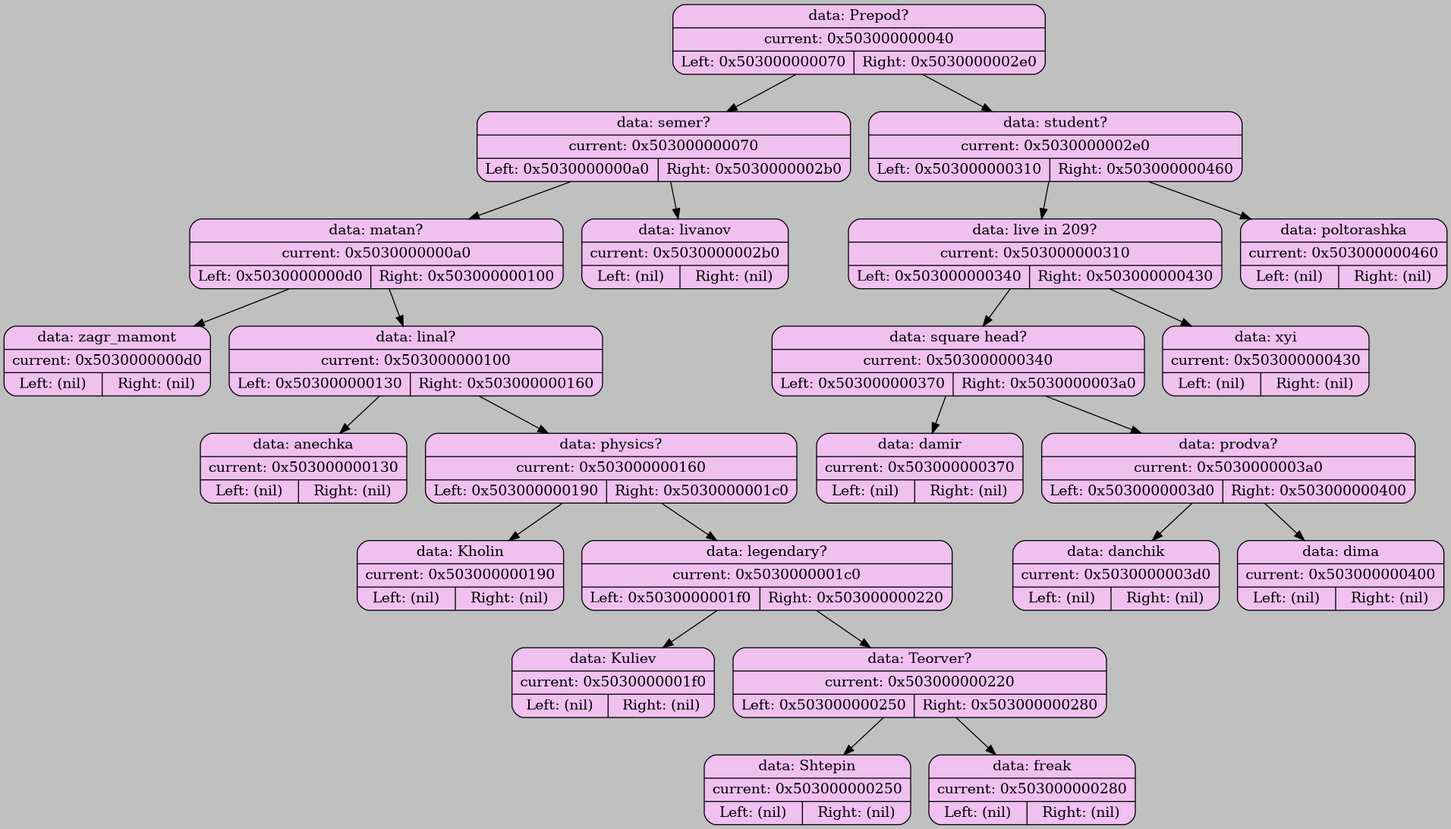
The Graphviz diagram graph_dump/graph_0.png in Atlaxsyys/akinator, before a commit. Its source is kept beside it as graph_dump/graph_0.dot.
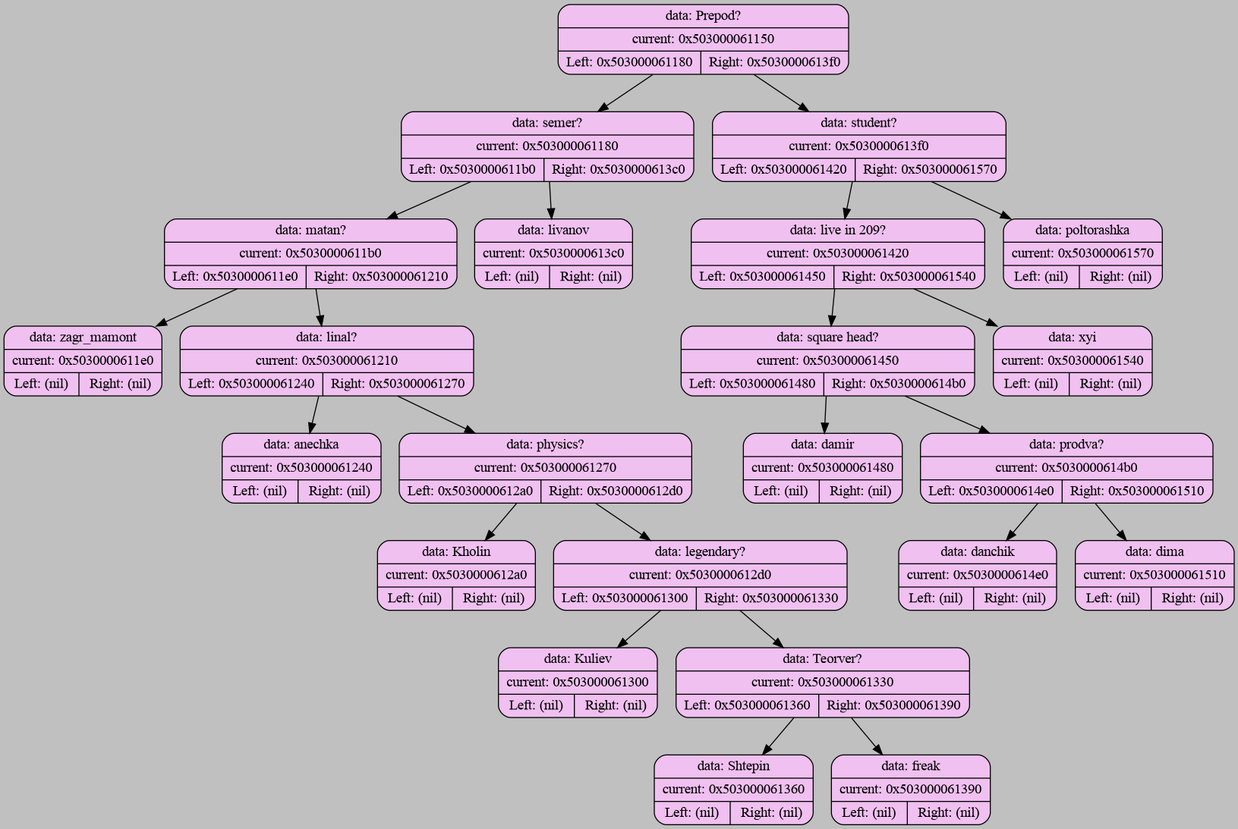
Above is the later version.

Diff of the diagram source:
```diff
@@ -2,49 +2,49 @@
     bgcolor="#C0C0C0";
 
     node [shape=record];
-    "0x503000000040" [shape=Mrecord, style=filled; fillcolor="#F0C0F0"; label="{data: Prepod? | current: 0x503000000040 | { Left: 0x503000000070 | Right: 0x5030000002e0 } }"];
-    "0x503000000040" -> "0x503000000070";
-    "0x503000000070" [shape=Mrecord, style=filled; fillcolor="#F0C0F0"; label="{data: semer? | current: 0x503000000070 | { Left: 0x5030000000a0 | Right: 0x5030000002b0 } }"];
-    "0x503000000070" -> "0x5030000000a0";
-    "0x5030000000a0" [shape=Mrecord, style=filled; fillcolor="#F0C0F0"; label="{data: matan? | current: 0x5030000000a0 | { Left: 0x5030000000d0 | Right: 0x503000000100 } }"];
-    "0x5030000000a0" -> "0x5030000000d0";
-    "0x5030000000d0" [shape=Mrecord, style=filled; fillcolor="#F0C0F0"; label="{data: zagr_mamont | current: 0x5030000000d0 | { Left: (nil) | Right: (nil) } }"];
-    "0x5030000000a0" -> "0x503000000100";
-    "0x503000000100" [shape=Mrecord, style=filled; fillcolor="#F0C0F0"; label="{data: linal? | current: 0x503000000100 | { Left: 0x503000000130 | Right: 0x503000000160 } }"];
-    "0x503000000100" -> "0x503000000130";
-    "0x503000000130" [shape=Mrecord, style=filled; fillcolor="#F0C0F0"; label="{data: anechka | current: 0x503000000130 | { Left: (nil) | Right: (nil) } }"];
-    "0x503000000100" -> "0x503000000160";
-    "0x503000000160" [shape=Mrecord, style=filled; fillcolor="#F0C0F0"; label="{data: physics? | current: 0x503000000160 | { Left: 0x503000000190 | Right: 0x5030000001c0 } }"];
-    "0x503000000160" -> "0x503000000190";
-    "0x503000000190" [shape=Mrecord, style=filled; fillcolor="#F0C0F0"; label="{data: Kholin | current: 0x503000000190 | { Left: (nil) | Right: (nil) } }"];
-    "0x503000000160" -> "0x5030000001c0";
-    "0x5030000001c0" [shape=Mrecord, style=filled; fillcolor="#F0C0F0"; label="{data: legendary? | current: 0x5030000001c0 | { Left: 0x5030000001f0 | Right: 0x503000000220 } }"];
-    "0x5030000001c0" -> "0x5030000001f0";
-    "0x5030000001f0" [shape=Mrecord, style=filled; fillcolor="#F0C0F0"; label="{data: Kuliev | current: 0x5030000001f0 | { Left: (nil) | Right: (nil) } }"];
-    "0x5030000001c0" -> "0x503000000220";
-    "0x503000000220" [shape=Mrecord, style=filled; fillcolor="#F0C0F0"; label="{data: Teorver? | current: 0x503000000220 | { Left: 0x503000000250 | Right: 0x503000000280 } }"];
-    "0x503000000220" -> "0x503000000250";
-    "0x503000000250" [shape=Mrecord, style=filled; fillcolor="#F0C0F0"; label="{data: Shtepin | current: 0x503000000250 | { Left: (nil) | Right: (nil) } }"];
-    "0x503000000220" -> "0x503000000280";
-    "0x503000000280" [shape=Mrecord, style=filled; fillcolor="#F0C0F0"; label="{data: freak | current: 0x503000000280 | { Left: (nil) | Right: (nil) } }"];
-    "0x503000000070" -> "0x5030000002b0";
-    "0x5030000002b0" [shape=Mrecord, style=filled; fillcolor="#F0C0F0"; label="{data: livanov | current: 0x5030000002b0 | { Left: (nil) | Right: (nil) } }"];
-    "0x503000000040" -> "0x5030000002e0";
-    "0x5030000002e0" [shape=Mrecord, style=filled; fillcolor="#F0C0F0"; label="{data: student? | current: 0x5030000002e0 | { Left: 0x503000000310 | Right: 0x503000000460 } }"];
-    "0x5030000002e0" -> "0x503000000310";
-    "0x503000000310" [shape=Mrecord, style=filled; fillcolor="#F0C0F0"; label="{data: live in 209? | current: 0x503000000310 | { Left: 0x503000000340 | Right: 0x503000000430 } }"];
-    "0x503000000310" -> "0x503000000340";
-    "0x503000000340" [shape=Mrecord, style=filled; fillcolor="#F0C0F0"; label="{data: square head? | current: 0x503000000340 | { Left: 0x503000000370 | Right: 0x5030000003a0 } }"];
-    "0x503000000340" -> "0x503000000370";
-    "0x503000000370" [shape=Mrecord, style=filled; fillcolor="#F0C0F0"; label="{data: damir | current: 0x503000000370 | { Left: (nil) | Right: (nil) } }"];
-    "0x503000000340" -> "0x5030000003a0";
-    "0x5030000003a0" [shape=Mrecord, style=filled; fillcolor="#F0C0F0"; label="{data: prodva? | current: 0x5030000003a0 | { Left: 0x5030000003d0 | Right: 0x503000000400 } }"];
-    "0x5030000003a0" -> "0x5030000003d0";
-    "0x5030000003d0" [shape=Mrecord, style=filled; fillcolor="#F0C0F0"; label="{data: danchik | current: 0x5030000003d0 | { Left: (nil) | Right: (nil) } }"];
-    "0x5030000003a0" -> "0x503000000400";
-    "0x503000000400" [shape=Mrecord, style=filled; fillcolor="#F0C0F0"; label="{data: dima | current: 0x503000000400 | { Left: (nil) | Right: (nil) } }"];
-    "0x503000000310" -> "0x503000000430";
-    "0x503000000430" [shape=Mrecord, style=filled; fillcolor="#F0C0F0"; label="{data: xyi | current: 0x503000000430 | { Left: (nil) | Right: (nil) } }"];
-    "0x5030000002e0" -> "0x503000000460";
-    "0x503000000460" [shape=Mrecord, style=filled; fillcolor="#F0C0F0"; label="{data: poltorashka | current: 0x503000000460 | { Left: (nil) | Right: (nil) } }"];
+    "0x503000061150" [shape=Mrecord, style=filled; fillcolor="#F0C0F0"; label="{data: Prepod? | current: 0x503000061150 | { Left: 0x503000061180 | Right: 0x5030000613f0 } }"];
+    "0x503000061150" -> "0x503000061180";
+    "0x503000061180" [shape=Mrecord, style=filled; fillcolor="#F0C0F0"; label="{data: semer? | current: 0x503000061180 | { Left: 0x5030000611b0 | Right: 0x5030000613c0 } }"];
+    "0x503000061180" -> "0x5030000611b0";
+    "0x5030000611b0" [shape=Mrecord, style=filled; fillcolor="#F0C0F0"; label="{data: matan? | current: 0x5030000611b0 | { Left: 0x5030000611e0 | Right: 0x503000061210 } }"];
+    "0x5030000611b0" -> "0x5030000611e0";
+    "0x5030000611e0" [shape=Mrecord, style=filled; fillcolor="#F0C0F0"; label="{data: zagr_mamont | current: 0x5030000611e0 | { Left: (nil) | Right: (nil) } }"];
+    "0x5030000611b0" -> "0x503000061210";
+    "0x503000061210" [shape=Mrecord, style=filled; fillcolor="#F0C0F0"; label="{data: linal? | current: 0x503000061210 | { Left: 0x503000061240 | Right: 0x503000061270 } }"];
+    "0x503000061210" -> "0x503000061240";
+    "0x503000061240" [shape=Mrecord, style=filled; fillcolor="#F0C0F0"; label="{data: anechka | current: 0x503000061240 | { Left: (nil) | Right: (nil) } }"];
+    "0x503000061210" -> "0x503000061270";
+    "0x503000061270" [shape=Mrecord, style=filled; fillcolor="#F0C0F0"; label="{data: physics? | current: 0x503000061270 | { Left: 0x5030000612a0 | Right: 0x5030000612d0 } }"];
+    "0x503000061270" -> "0x5030000612a0";
+    "0x5030000612a0" [shape=Mrecord, style=filled; fillcolor="#F0C0F0"; label="{data: Kholin | current: 0x5030000612a0 | { Left: (nil) | Right: (nil) } }"];
+    "0x503000061270" -> "0x5030000612d0";
+    "0x5030000612d0" [shape=Mrecord, style=filled; fillcolor="#F0C0F0"; label="{data: legendary? | current: 0x5030000612d0 | { Left: 0x503000061300 | Right: 0x503000061330 } }"];
+    "0x5030000612d0" -> "0x503000061300";
+    "0x503000061300" [shape=Mrecord, style=filled; fillcolor="#F0C0F0"; label="{data: Kuliev | current: 0x503000061300 | { Left: (nil) | Right: (nil) } }"];
+    "0x5030000612d0" -> "0x503000061330";
+    "0x503000061330" [shape=Mrecord, style=filled; fillcolor="#F0C0F0"; label="{data: Teorver? | current: 0x503000061330 | { Left: 0x503000061360 | Right: 0x503000061390 } }"];
+    "0x503000061330" -> "0x503000061360";
+    "0x503000061360" [shape=Mrecord, style=filled; fillcolor="#F0C0F0"; label="{data: Shtepin | current: 0x503000061360 | { Left: (nil) | Right: (nil) } }"];
+    "0x503000061330" -> "0x503000061390";
+    "0x503000061390" [shape=Mrecord, style=filled; fillcolor="#F0C0F0"; label="{data: freak | current: 0x503000061390 | { Left: (nil) | Right: (nil) } }"];
+    "0x503000061180" -> "0x5030000613c0";
+    "0x5030000613c0" [shape=Mrecord, style=filled; fillcolor="#F0C0F0"; label="{data: livanov | current: 0x5030000613c0 | { Left: (nil) | Right: (nil) } }"];
+    "0x503000061150" -> "0x5030000613f0";
+    "0x5030000613f0" [shape=Mrecord, style=filled; fillcolor="#F0C0F0"; label="{data: student? | current: 0x5030000613f0 | { Left: 0x503000061420 | Right: 0x503000061570 } }"];
+    "0x5030000613f0" -> "0x503000061420";
+    "0x503000061420" [shape=Mrecord, style=filled; fillcolor="#F0C0F0"; label="{data: live in 209? | current: 0x503000061420 | { Left: 0x503000061450 | Right: 0x503000061540 } }"];
+    "0x503000061420" -> "0x503000061450";
+    "0x503000061450" [shape=Mrecord, style=filled; fillcolor="#F0C0F0"; label="{data: square head? | current: 0x503000061450 | { Left: 0x503000061480 | Right: 0x5030000614b0 } }"];
+    "0x503000061450" -> "0x503000061480";
+    "0x503000061480" [shape=Mrecord, style=filled; fillcolor="#F0C0F0"; label="{data: damir | current: 0x503000061480 | { Left: (nil) | Right: (nil) } }"];
+    "0x503000061450" -> "0x5030000614b0";
+    "0x5030000614b0" [shape=Mrecord, style=filled; fillcolor="#F0C0F0"; label="{data: prodva? | current: 0x5030000614b0 | { Left: 0x5030000614e0 | Right: 0x503000061510 } }"];
+    "0x5030000614b0" -> "0x5030000614e0";
+    "0x5030000614e0" [shape=Mrecord, style=filled; fillcolor="#F0C0F0"; label="{data: danchik | current: 0x5030000614e0 | { Left: (nil) | Right: (nil) } }"];
+    "0x5030000614b0" -> "0x503000061510";
+    "0x503000061510" [shape=Mrecord, style=filled; fillcolor="#F0C0F0"; label="{data: dima | current: 0x503000061510 | { Left: (nil) | Right: (nil) } }"];
+    "0x503000061420" -> "0x503000061540";
+    "0x503000061540" [shape=Mrecord, style=filled; fillcolor="#F0C0F0"; label="{data: xyi | current: 0x503000061540 | { Left: (nil) | Right: (nil) } }"];
+    "0x5030000613f0" -> "0x503000061570";
+    "0x503000061570" [shape=Mrecord, style=filled; fillcolor="#F0C0F0"; label="{data: poltorashka | current: 0x503000061570 | { Left: (nil) | Right: (nil) } }"];
 }
```
